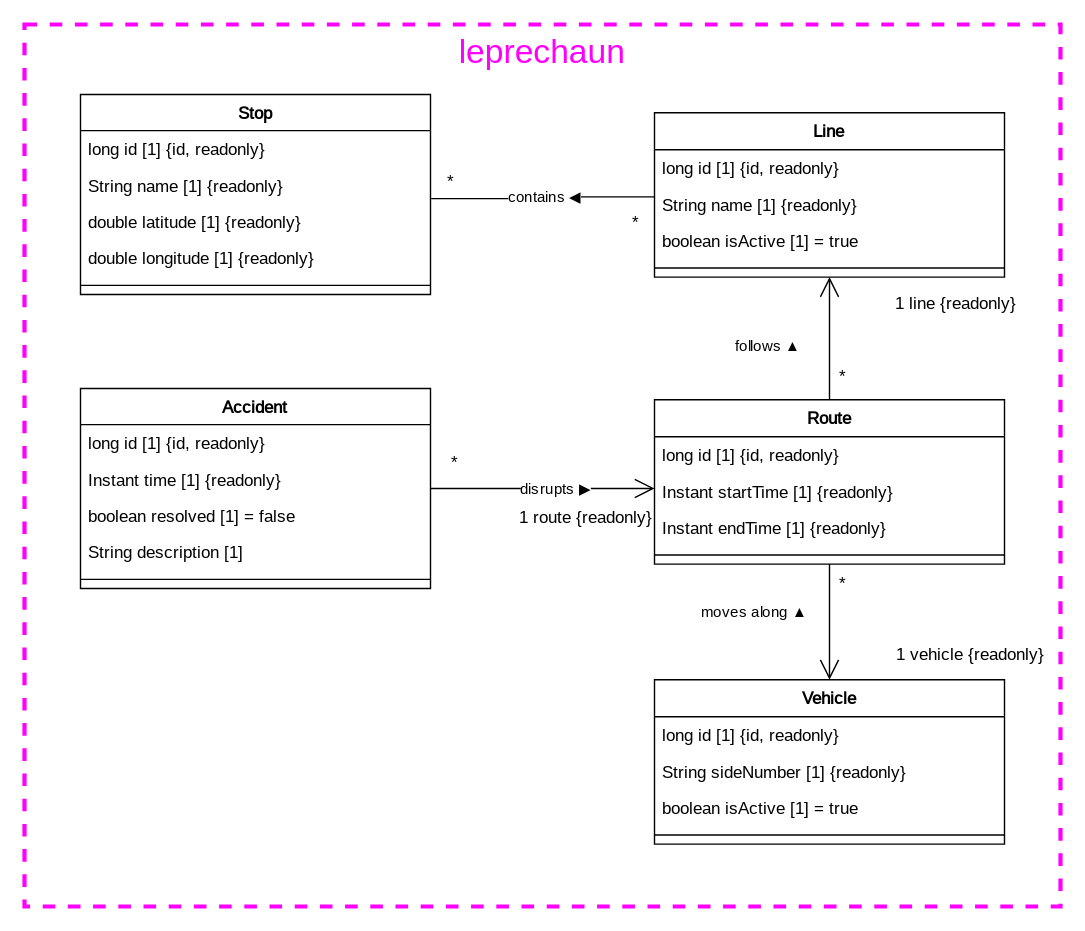
The draw.io diagram documentation/course/e2/images/class-diagram-leprechaun.drawio.svg in PWR-ACS-SE-24/SoftwareSystemDesign, before a commit. Source tidied: cells renumbered, new cells last; positions are measured from the earlier drawing's top-left corner, leaving out a move shared by most shapes.
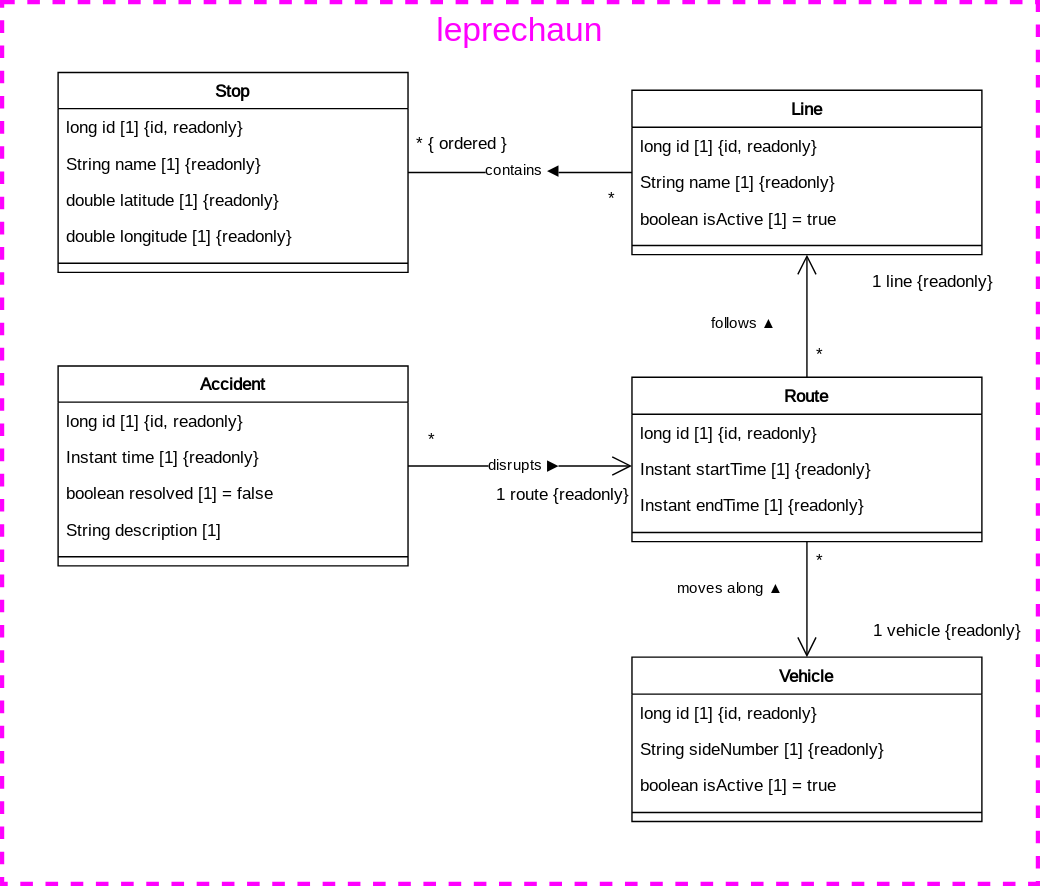
Later version of the same file.

The edit, as a diff of the source:
```diff
@@ -57,7 +57,7 @@
       <mxGeometry y="104.4" width="250" height="13" as="geometry" />
     </mxCell>
     <mxCell id="20" value="Stop" style="swimlane;fontStyle=1;align=center;verticalAlign=top;horizontal=1;startSize=25.818181818181817;fontFamily=JetBrains Mono;fontSource=https%3A%2F%2Ffonts.googleapis.com%2Fcss%3Ffamily%3DJetBrains%2BMono;" parent="1" vertex="1">
-      <mxGeometry x="40" y="50" width="250" height="142.8" as="geometry" />
+      <mxGeometry x="40" y="50.3" width="250" height="142.8" as="geometry" />
     </mxCell>
     <mxCell id="21" value="long id [1] {id, readonly}" style="text;strokeColor=none;fillColor=none;align=left;verticalAlign=top;spacingLeft=4;spacingRight=4;overflow=hidden;fontFamily=JetBrains Mono;fontStyle=0;fontSource=https%3A%2F%2Ffonts.googleapis.com%2Fcss%3Ffamily%3DJetBrains%2BMono;" parent="20" vertex="1">
       <mxGeometry y="25.8" width="250" height="26" as="geometry" />
@@ -109,7 +109,7 @@
     </mxCell>
     <mxCell id="34" value="disrupts ▶" style="edgeLabel;html=1;align=center;verticalAlign=middle;fontFamily=JetBrains Mono;fontStyle=0;fontSource=https%3A%2F%2Ffonts.googleapis.com%2Fcss%3Ffamily%3DJetBrains%2BMono;" parent="31" vertex="1">
       <mxGeometry x="-0.11" relative="1" as="geometry">
-        <mxPoint x="17" as="offset" />
+        <mxPoint x="10" y="-1" as="offset" />
       </mxGeometry>
     </mxCell>
     <mxCell id="35" style="startArrow=none;endArrow=open;endSize=12;rounded=0;edgeStyle=orthogonalEdgeStyle;fontFamily=JetBrains Mono;fontStyle=0;fontSource=https%3A%2F%2Ffonts.googleapis.com%2Fcss%3Ffamily%3DJetBrains%2BMono;exitX=0.5;exitY=0;exitDx=0;exitDy=0;entryX=0.5;entryY=1;entryDx=0;entryDy=0;" parent="1" edge="1" source="15" target="10">
@@ -148,12 +148,12 @@
         <mxPoint x="-55" as="offset" />
       </mxGeometry>
     </mxCell>
-    <mxCell id="43" style="startArrow=none;endArrow=none;exitX=1.002;exitY=0.869;rounded=0;entryX=0.001;entryY=0.295;entryDx=0;entryDy=0;entryPerimeter=0;strokeColor=default;endFill=0;edgeStyle=orthogonalEdgeStyle;exitDx=0;exitDy=0;exitPerimeter=0;fontFamily=JetBrains Mono;fontStyle=0;fontSource=https%3A%2F%2Ffonts.googleapis.com%2Fcss%3Ffamily%3DJetBrains%2BMono;" parent="1" edge="1" source="22" target="12">
+    <mxCell id="43" style="startArrow=none;endArrow=none;rounded=0;strokeColor=default;endFill=0;edgeStyle=orthogonalEdgeStyle;fontFamily=JetBrains Mono;fontStyle=0;fontSource=https%3A%2F%2Ffonts.googleapis.com%2Fcss%3Ffamily%3DJetBrains%2BMono;" parent="1" edge="1" source="20" target="10">
       <mxGeometry relative="1" as="geometry" />
     </mxCell>
-    <mxCell id="44" value="*" style="edgeLabel;labelBackgroundColor=none;fontSize=12;align=left;verticalAlign=bottom;fontFamily=JetBrains Mono;fontStyle=0;fontSource=https%3A%2F%2Ffonts.googleapis.com%2Fcss%3Ffamily%3DJetBrains%2BMono;" parent="43" vertex="1">
+    <mxCell id="44" value="* { ordered }" style="edgeLabel;labelBackgroundColor=none;fontSize=12;align=left;verticalAlign=bottom;fontFamily=JetBrains Mono;fontStyle=0;fontSource=https%3A%2F%2Ffonts.googleapis.com%2Fcss%3Ffamily%3DJetBrains%2BMono;" parent="43" vertex="1">
       <mxGeometry x="-1" relative="1" as="geometry">
-        <mxPoint x="10" y="-4" as="offset" />
+        <mxPoint x="4" y="-12" as="offset" />
       </mxGeometry>
     </mxCell>
     <mxCell id="45" value="*" style="edgeLabel;labelBackgroundColor=none;fontSize=12;align=right;verticalAlign=top;fontFamily=JetBrains Mono;fontStyle=0;fontSource=https%3A%2F%2Ffonts.googleapis.com%2Fcss%3Ffamily%3DJetBrains%2BMono;" parent="43" vertex="1">
@@ -163,7 +163,7 @@
     </mxCell>
     <mxCell id="46" value="contains ◀" style="edgeLabel;html=1;align=center;verticalAlign=middle;fontFamily=JetBrains Mono;fontStyle=0;fontSource=https%3A%2F%2Ffonts.googleapis.com%2Fcss%3Ffamily%3DJetBrains%2BMono;" parent="43" vertex="1">
       <mxGeometry x="0.08" y="-1" relative="1" as="geometry">
-        <mxPoint x="-6" y="-2" as="offset" />
+        <mxPoint x="-6" y="-3" as="offset" />
       </mxGeometry>
     </mxCell>
   </root>
```
